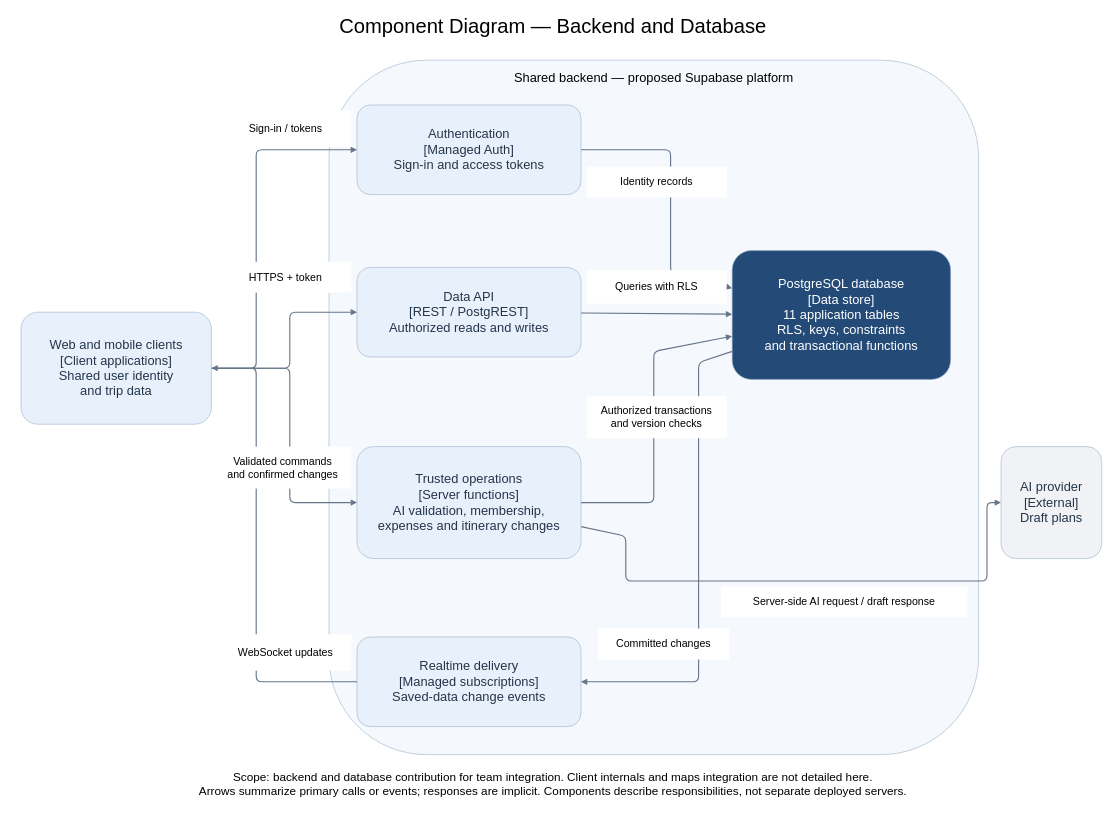
Before: diagrams/backend-components.drawio in yer455yl/collaborative-trip-planning, a draw.io diagram. Source tidied: cells renumbered, new cells numbered last; positions are measured from the earlier drawing's top-left corner, leaving out a move shared by most shapes. Both pictures are drawn from the tidied source at 56%, with x=0, y=0 at pixel (10, 10).
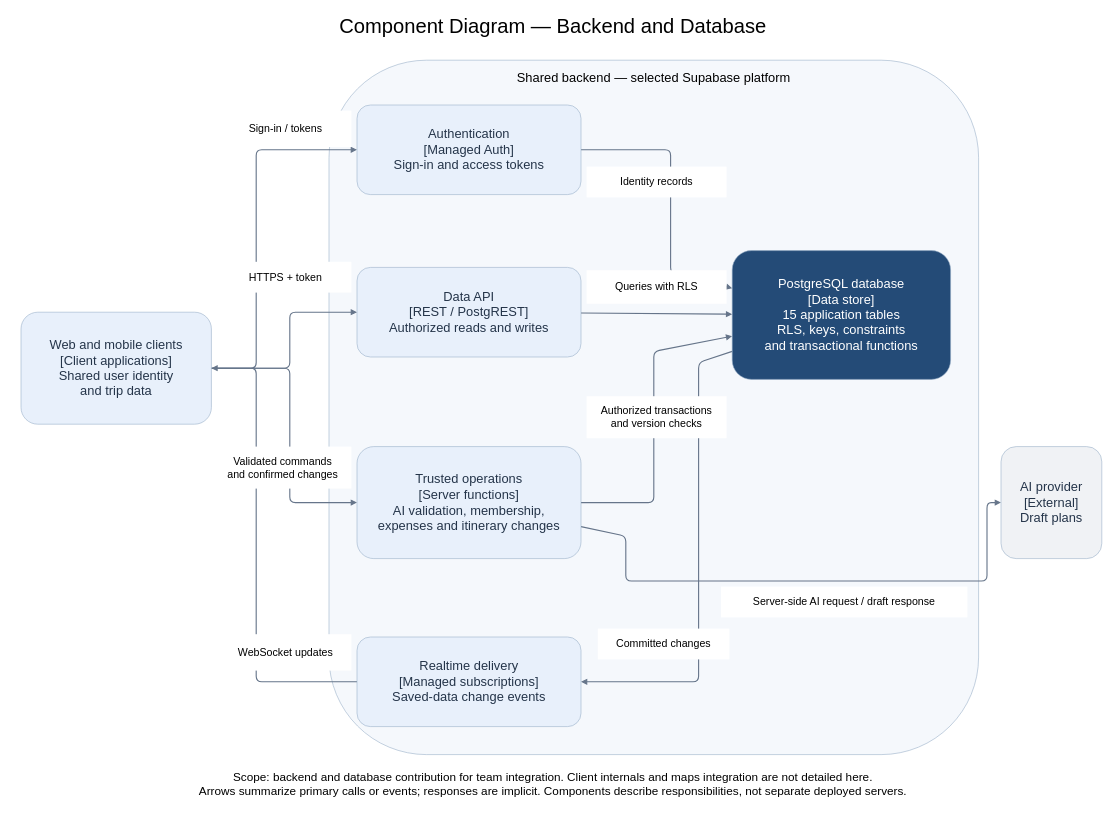
The same page after the edit.

The edit, as a diff of the source:
```diff
@@
-    <mxCell id="4" value="Shared backend — proposed Supabase platform" style="text;html=0;fontSize=23;align=center;" parent="1" vertex="1">
+    <mxCell id="4" value="Shared backend — selected Supabase platform" style="text;html=0;fontSize=23;align=center;" parent="1" vertex="1">
       <mxGeometry x="600" y="100" width="1100" height="50" as="geometry" />
     </mxCell>
@@
-    <mxCell id="19" value="PostgreSQL database&#10;[Data store]&#10;11 application tables&#10;RLS, keys, constraints&#10;and transactional functions" style="rounded=1;whiteSpace=wrap;html=0;fillColor=#244b77;strokeColor=#96acc6;fontColor=#ffffff;fontSize=23;align=center;verticalAlign=middle;" parent="1" vertex="1">
+    <mxCell id="19" value="PostgreSQL database&#10;[Data store]&#10;15 application tables&#10;RLS, keys, constraints&#10;and transactional functions" style="rounded=1;whiteSpace=wrap;html=0;fillColor=#244b77;strokeColor=#96acc6;fontColor=#ffffff;fontSize=23;align=center;verticalAlign=middle;" parent="1" vertex="1">
       <mxGeometry x="1290" y="430" width="390" height="230" as="geometry" />
     </mxCell>
```
